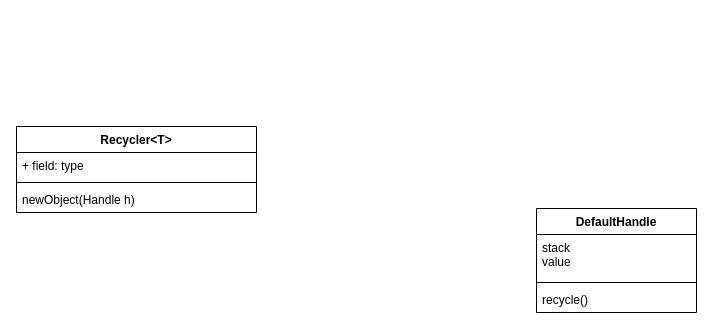
This is netty.drawio from MihirrajDixit/drawio, a draw.io file, before an edit. Source tidied: cells renumbered, new cells numbered last; positions are measured from the earlier drawing's top-left corner, leaving out a move shared by most shapes. Both pictures are drawn from the tidied source at 100%, with x=0, y=0 at pixel (16, 126).
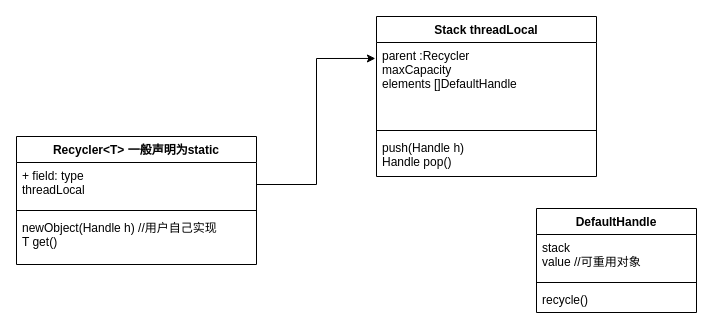
After the change.

Change to the diagram source:
```diff
@@
 <mxGraphModel>
   <root>
     <mxCell id="0" />
     <mxCell id="1" parent="0" />
     <mxCell id="2" value="DefaultHandle" style="swimlane;fontStyle=1;align=center;verticalAlign=top;horizontal=1;startSize=26;" parent="1" vertex="1">
       <mxGeometry x="520" y="82" width="160" height="104" as="geometry" />
     </mxCell>
-    <mxCell id="3" value="stack&#10;value" style="text;strokeColor=none;fillColor=none;align=left;verticalAlign=top;spacingLeft=4;spacingRight=4;overflow=hidden;" parent="2" vertex="1">
+    <mxCell id="3" value="stack&#10;value //可重用对象" style="text;strokeColor=none;fillColor=none;align=left;verticalAlign=top;spacingLeft=4;spacingRight=4;overflow=hidden;" parent="2" vertex="1">
       <mxGeometry y="26" width="160" height="44" as="geometry" />
     </mxCell>
     <mxCell id="4" style="line;strokeWidth=1;fillColor=none;align=left;verticalAlign=middle;spacingTop=-1;spacingLeft=3;spacingRight=3;labelPosition=right;" parent="2" vertex="1">
       <mxGeometry y="70" width="160" height="8" as="geometry" />
     </mxCell>
     <mxCell id="5" value="recycle()" style="text;strokeColor=none;fillColor=none;align=left;verticalAlign=top;spacingLeft=4;spacingRight=4;overflow=hidden;" parent="2" vertex="1">
       <mxGeometry y="78" width="160" height="26" as="geometry" />
     </mxCell>
-    <mxCell id="6" value="Recycler&lt;T&gt;" style="swimlane;fontStyle=1;align=center;verticalAlign=top;horizontal=1;startSize=26;" parent="1" vertex="1">
-      <mxGeometry width="240" height="86" as="geometry" />
+    <mxCell id="6" value="Recycler&lt;T&gt; 一般声明为static" style="swimlane;fontStyle=1;align=center;verticalAlign=top;horizontal=1;startSize=26;" parent="1" vertex="1">
+      <mxGeometry y="10" width="240" height="128" as="geometry" />
     </mxCell>
-    <mxCell id="7" value="+ field: type" style="text;strokeColor=none;fillColor=none;align=left;verticalAlign=top;spacingLeft=4;spacingRight=4;overflow=hidden;points=[[0,0.5],[1,0.5]];portConstraint=eastwest;" parent="6" vertex="1">
-      <mxGeometry y="26" width="240" height="26" as="geometry" />
+    <mxCell id="7" value="+ field: type&#10;threadLocal" style="text;strokeColor=none;fillColor=none;align=left;verticalAlign=top;spacingLeft=4;spacingRight=4;overflow=hidden;points=[[0,0.5],[1,0.5]];portConstraint=eastwest;" parent="6" vertex="1">
+      <mxGeometry y="26" width="240" height="44" as="geometry" />
     </mxCell>
     <mxCell id="8" style="line;strokeWidth=1;fillColor=none;align=left;verticalAlign=middle;spacingTop=-1;spacingLeft=3;spacingRight=3;labelPosition=right;" parent="6" vertex="1">
-      <mxGeometry y="52" width="240" height="8" as="geometry" />
+      <mxGeometry y="70" width="240" height="8" as="geometry" />
     </mxCell>
-    <mxCell id="9" value="newObject(Handle h)" style="text;strokeColor=none;fillColor=none;align=left;verticalAlign=top;spacingLeft=4;spacingRight=4;overflow=hidden;" parent="6" vertex="1">
-      <mxGeometry y="60" width="240" height="26" as="geometry" />
+    <mxCell id="9" value="newObject(Handle h) //用户自己实现&#10;T get()" style="text;strokeColor=none;fillColor=none;align=left;verticalAlign=top;spacingLeft=4;spacingRight=4;overflow=hidden;" parent="6" vertex="1">
+      <mxGeometry y="78" width="240" height="50" as="geometry" />
     </mxCell>
+    <mxCell id="10" value="Stack threadLocal" style="swimlane;fontStyle=1;align=center;verticalAlign=top;horizontal=1;startSize=26;" parent="1" vertex="1">
+      <mxGeometry x="360" y="-110" width="220" height="160" as="geometry" />
+    </mxCell>
+    <mxCell id="11" value="parent :Recycler&#10;maxCapacity&#10;elements []DefaultHandle" style="text;strokeColor=none;fillColor=none;align=left;verticalAlign=top;spacingLeft=4;spacingRight=4;overflow=hidden;points=[[0,0.5],[1,0.5]];portConstraint=eastwest;" parent="10" vertex="1">
+      <mxGeometry y="26" width="220" height="84" as="geometry" />
+    </mxCell>
+    <mxCell id="12" style="line;strokeWidth=1;fillColor=none;align=left;verticalAlign=middle;spacingTop=-1;spacingLeft=3;spacingRight=3;labelPosition=right;" parent="10" vertex="1">
+      <mxGeometry y="110" width="220" height="8" as="geometry" />
+    </mxCell>
+    <mxCell id="13" value="push(Handle h)&#10;Handle pop()" style="text;strokeColor=none;fillColor=none;align=left;verticalAlign=top;spacingLeft=4;spacingRight=4;overflow=hidden;" parent="10" vertex="1">
+      <mxGeometry y="118" width="220" height="42" as="geometry" />
+    </mxCell>
+    <mxCell id="14" style="edgeStyle=orthogonalEdgeStyle;rounded=0;jettySize=auto;html=1;exitX=1;exitY=0.5;exitDx=0;exitDy=0;entryX=-0.005;entryY=0.19;entryDx=0;entryDy=0;entryPerimeter=0;" parent="1" edge="1" source="7" target="11">
+      <mxGeometry relative="1" as="geometry" />
+    </mxCell>
   </root>
 </mxGraphModel>
```
